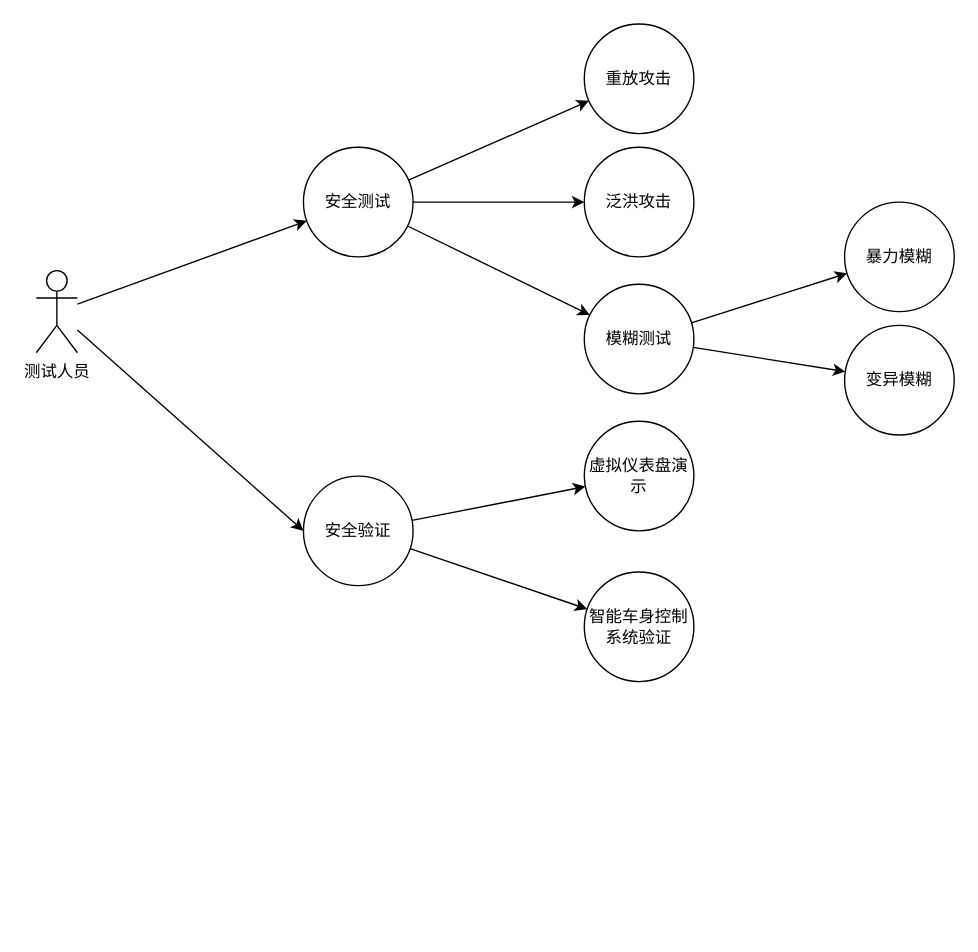
Above: 安全验证平台.drawio in zxkic/ICSim_Successor (draw.io), before the change. Source tidied: cells renumbered, new cells numbered last; positions are measured from the earlier drawing's top-left corner, leaving out a move shared by most shapes. Both pictures are drawn from the tidied source at 137%, with x=0, y=0 at pixel (36, 23).
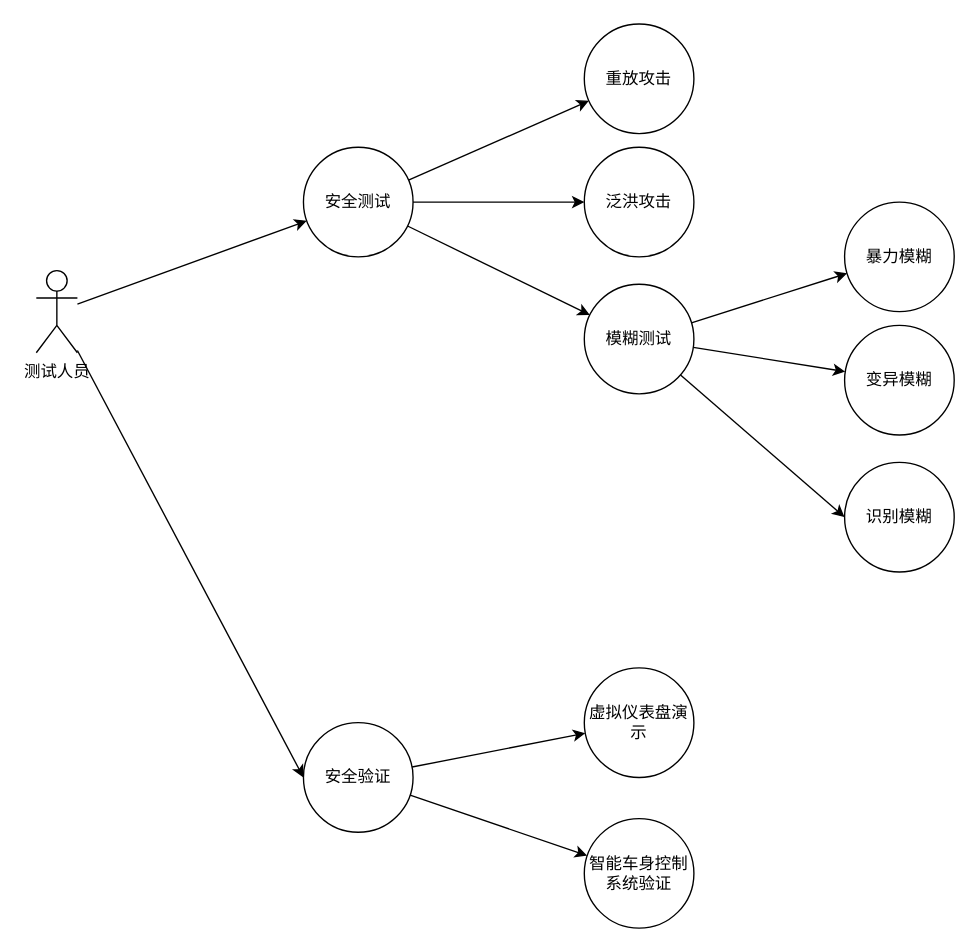
The same diagram, later.

Commit message (it also covers changes not shown here):
更新安全验证平台.drawio

The change refers to these unchanged cells:
```xml
<mxCell id="13" value="模糊测试" style="ellipse;whiteSpace=wrap;html=1;" parent="1" vertex="1">
  <mxGeometry x="400" y="190" width="80" height="80" as="geometry" />
</mxCell>
```

The edit, as a diff of the source:
```diff
@@
+    <mxCell id="21" style="rounded=0;jettySize=auto;html=1;entryX=0;entryY=0.5;entryDx=0;entryDy=0;" parent="1" edge="1" source="13" target="22">
+      <mxGeometry relative="1" as="geometry" />
+    </mxCell>
@@
     <mxCell id="16" value="&lt;div style=&quot;&quot;&gt;&lt;span style=&quot;background-color: initial;&quot;&gt;安全验证&lt;/span&gt;&lt;/div&gt;" style="ellipse;whiteSpace=wrap;html=1;verticalAlign=middle;align=center;" parent="1" vertex="1">
-      <mxGeometry x="195" y="330" width="80" height="80" as="geometry" />
+      <mxGeometry x="195" y="510" width="80" height="80" as="geometry" />
     </mxCell>
     <mxCell id="17" value="虚拟仪表盘演示" style="ellipse;whiteSpace=wrap;html=1;direction=south;" parent="1" vertex="1">
-      <mxGeometry x="400" y="290" width="80" height="80" as="geometry" />
+      <mxGeometry x="400" y="470" width="80" height="80" as="geometry" />
     </mxCell>
     <mxCell id="18" value="&lt;div style=&quot;&quot;&gt;&lt;span style=&quot;background-color: initial;&quot;&gt;智能车身控制系统验证&lt;/span&gt;&lt;/div&gt;" style="ellipse;whiteSpace=wrap;html=1;verticalAlign=middle;align=center;" parent="1" vertex="1">
-      <mxGeometry x="400" y="400" width="80" height="80" as="geometry" />
+      <mxGeometry x="400" y="580" width="80" height="80" as="geometry" />
     </mxCell>
@@
+    <mxCell id="22" value="识别模糊" style="ellipse;whiteSpace=wrap;html=1;" parent="1" vertex="1">
+      <mxGeometry x="590" y="320" width="80" height="80" as="geometry" />
+    </mxCell>
```
